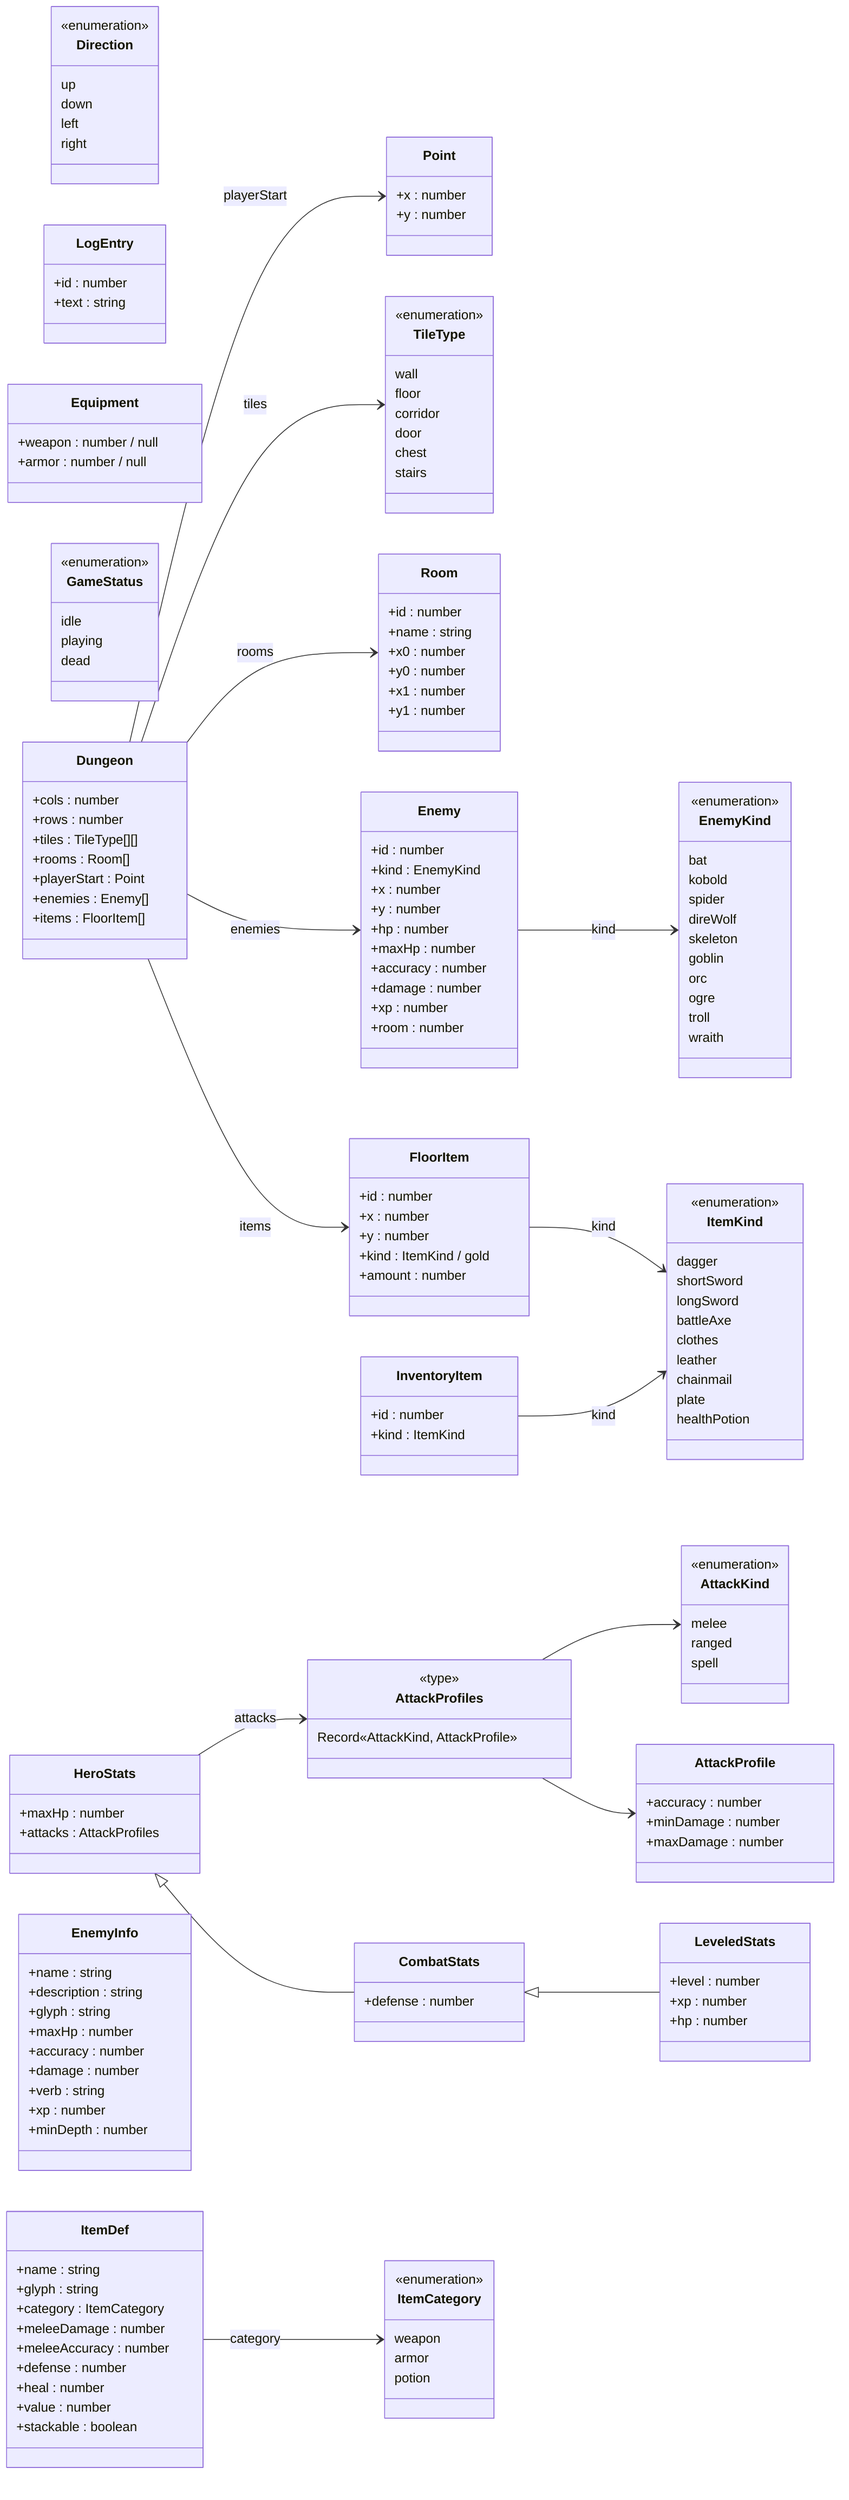
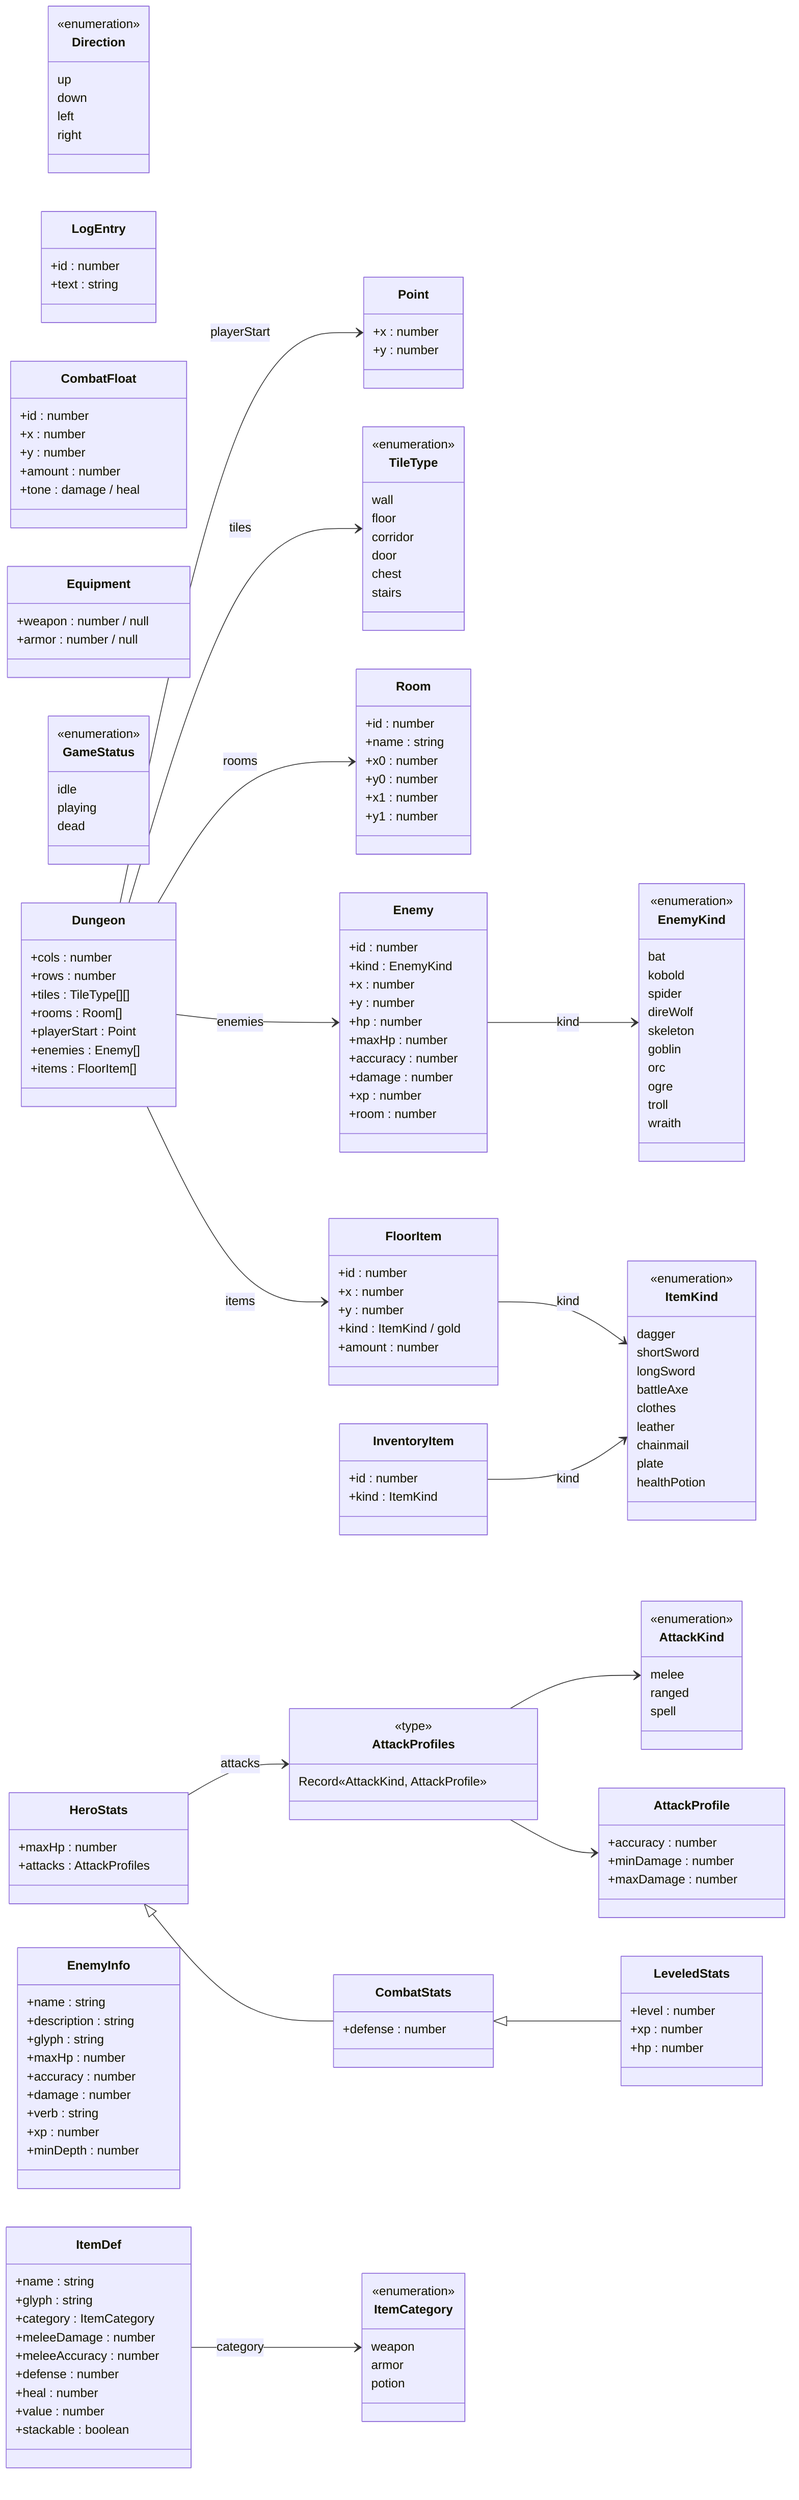
classDiagram
  direction LR
  class Point {
    +x : number
    +y : number
  }
  class Direction {
    <<enumeration>>
    up
    down
    left
    right
  }
  class TileType {
    <<enumeration>>
    wall
    floor
    corridor
    door
    chest
    stairs
  }
  class Room {
    +id : number
    +name : string
    +x0 : number
    +y0 : number
    +x1 : number
    +y1 : number
  }
  class LogEntry {
    +id : number
    +text : string
+   }
+   class CombatFloat {
+     +id : number
+     +x : number
+     +y : number
+     +amount : number
+     +tone : damage / heal
  }
  class InventoryItem {
    +id : number
    +kind : ItemKind
  }
  class FloorItem {
    +id : number
    +x : number
    +y : number
    +kind : ItemKind / gold
    +amount : number
  }
  class Equipment {
    +weapon : number / null
    +armor : number / null
  }
  class AttackKind {
    <<enumeration>>
    melee
    ranged
    spell
  }
  class AttackProfile {
    +accuracy : number
    +minDamage : number
    +maxDamage : number
  }
  class AttackProfiles {
    <<type>>
    Record«AttackKind, AttackProfile»
  }
  class Enemy {
    +id : number
    +kind : EnemyKind
    +x : number
    +y : number
    +hp : number
    +maxHp : number
    +accuracy : number
    +damage : number
    +xp : number
    +room : number
  }
  class GameStatus {
    <<enumeration>>
    idle
    playing
    dead
  }
  class HeroStats {
    +maxHp : number
    +attacks : AttackProfiles
  }
  class CombatStats {
    +defense : number
  }
  class LeveledStats {
    +level : number
    +xp : number
    +hp : number
  }
  class Dungeon {
    +cols : number
    +rows : number
    +tiles : TileType[][]
    +rooms : Room[]
    +playerStart : Point
    +enemies : Enemy[]
    +items : FloorItem[]
  }
  class EnemyKind {
    <<enumeration>>
    bat
    kobold
    spider
    direWolf
    skeleton
    goblin
    orc
    ogre
    troll
    wraith
  }
  class EnemyInfo {
    +name : string
    +description : string
    +glyph : string
    +maxHp : number
    +accuracy : number
    +damage : number
    +verb : string
    +xp : number
    +minDepth : number
  }
  class ItemCategory {
    <<enumeration>>
    weapon
    armor
    potion
  }
  class ItemKind {
    <<enumeration>>
    dagger
    shortSword
    longSword
    battleAxe
    clothes
    leather
    chainmail
    plate
    healthPotion
  }
  class ItemDef {
    +name : string
    +glyph : string
    +category : ItemCategory
    +meleeDamage : number
    +meleeAccuracy : number
    +defense : number
    +heal : number
    +value : number
    +stackable : boolean
  }
  InventoryItem --> ItemKind : kind
  FloorItem --> ItemKind : kind
  AttackProfiles --> AttackKind
  AttackProfiles --> AttackProfile
  Enemy --> EnemyKind : kind
  HeroStats --> AttackProfiles : attacks
  HeroStats <|-- CombatStats
  CombatStats <|-- LeveledStats
  Dungeon --> TileType : tiles
  Dungeon --> Room : rooms
  Dungeon --> Point : playerStart
  Dungeon --> Enemy : enemies
  Dungeon --> FloorItem : items
  ItemDef --> ItemCategory : category
